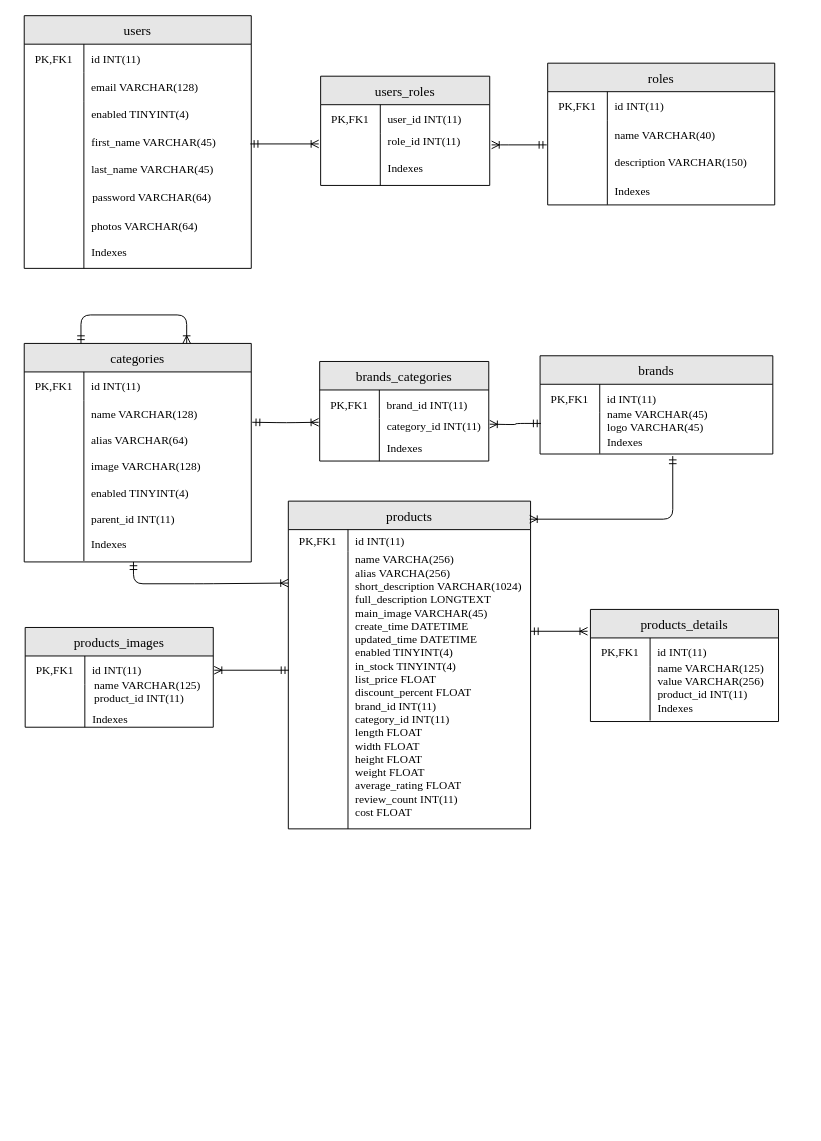
This is page "Admin-ER-01" (2 of 2) of 03-Solution Design/02-Use Case, Classes, Database/ER Diagram.drawio from Chufeng-Jiang/Java_SpringBoot_DubaiShop_E-Commerce, a draw.io file, before an edit. Source tidied: cells renumbered, new cells numbered last; positions are measured from the earlier drawing's top-left corner, leaving out a move shared by most shapes. Both pictures are drawn from the tidied source at 95%, with x=0, y=0 at pixel (24, 15).
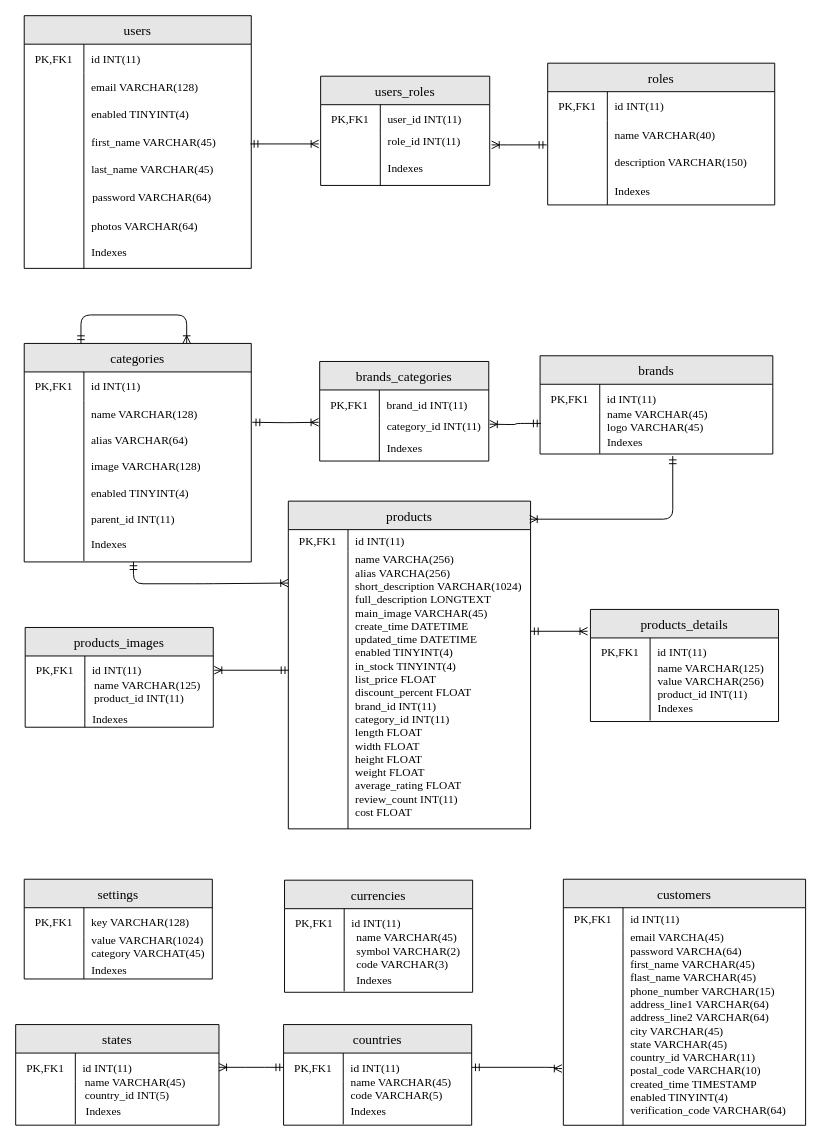
After the change.

What changed in the source:
```diff
@@
+    <mxCell id="113" style="group;" parent="1" vertex="1">
+      <mxGeometry y="909" width="198" height="115" as="geometry" />
+    </mxCell>
+    <mxCell id="114" value="settings" style="shape=table;startSize=30;childLayout=tableLayout;rowLines=0;fontStyle=0;align=center;labelBackgroundColor=none;fontFamily=Times New Roman;fontSize=14;fillColor=#E6E6E6;" parent="113" vertex="1">
+      <mxGeometry width="198" height="105" as="geometry" />
+    </mxCell>
+    <mxCell id="115" style="shape=tableRow;horizontal=0;startSize=0;swimlaneHead=0;swimlaneBody=0;fillColor=none;top=0;left=0;right=0;bottom=0;labelBackgroundColor=none;fontFamily=Times New Roman;" parent="114" vertex="1">
+      <mxGeometry y="30" width="198" height="30" as="geometry" />
+    </mxCell>
+    <mxCell id="116" value="PK,FK1" style="shape=partialRectangle;fillColor=none;top=0;left=0;bottom=0;right=0;fontStyle=0;overflow=hidden;labelBackgroundColor=none;fontFamily=Times New Roman;" parent="115" vertex="1">
+      <mxGeometry width="62.8" height="30" as="geometry" />
+    </mxCell>
+    <mxCell id="117" value="key VARCHAR(128) " style="shape=partialRectangle;fillColor=none;top=0;left=0;bottom=0;right=0;align=left;spacingLeft=6;fontStyle=0;overflow=hidden;labelBackgroundColor=none;fontFamily=Times New Roman;" parent="115" vertex="1">
+      <mxGeometry x="62.8" width="135.2" height="30" as="geometry" />
+    </mxCell>
+    <mxCell id="118" style="shape=tableRow;horizontal=0;startSize=0;swimlaneHead=0;swimlaneBody=0;fillColor=none;top=0;left=0;right=0;bottom=0;labelBackgroundColor=none;fontFamily=Times New Roman;" parent="114" vertex="1">
+      <mxGeometry y="60" width="198" height="45" as="geometry" />
+    </mxCell>
+    <mxCell id="119" style="shape=partialRectangle;fillColor=none;top=0;left=0;bottom=0;right=0;overflow=hidden;labelBackgroundColor=none;fontFamily=Times New Roman;" parent="118" vertex="1">
+      <mxGeometry width="62.8" height="45" as="geometry" />
+    </mxCell>
+    <mxCell id="120" style="shape=partialRectangle;fillColor=none;top=0;left=0;bottom=0;right=0;align=left;spacingLeft=6;overflow=hidden;labelBackgroundColor=none;fontFamily=Times New Roman;" parent="118" vertex="1">
+      <mxGeometry x="62.8" width="135.2" height="45" as="geometry" />
+    </mxCell>
+    <mxCell id="121" value="value VARCHAR(1024)&#10;category VARCHAT(45)&#10;" style="shape=partialRectangle;fillColor=none;top=0;left=0;bottom=0;right=0;align=left;spacingLeft=6;fontStyle=0;overflow=hidden;labelBackgroundColor=none;fontFamily=Times New Roman;" parent="113" vertex="1">
+      <mxGeometry x="63" y="55.4" width="127" height="31" as="geometry" />
+    </mxCell>
+    <mxCell id="122" value="Indexes" style="shape=partialRectangle;fillColor=none;top=0;left=0;bottom=0;right=0;align=left;spacingLeft=6;fontStyle=0;overflow=hidden;labelBackgroundColor=none;fontFamily=Times New Roman;" parent="113" vertex="1">
+      <mxGeometry x="63" y="81" width="112" height="28" as="geometry" />
+    </mxCell>
+    <mxCell id="123" style="group;" parent="1" vertex="1">
+      <mxGeometry x="279" y="910" width="198" height="133" as="geometry" />
+    </mxCell>
+    <mxCell id="124" value="currencies" style="shape=table;startSize=30;childLayout=tableLayout;rowLines=0;fontStyle=0;align=center;labelBackgroundColor=none;fontFamily=Times New Roman;fontSize=14;fillColor=#E6E6E6;" parent="123" vertex="1">
+      <mxGeometry x="-5" width="198" height="118" as="geometry" />
+    </mxCell>
+    <mxCell id="125" style="shape=tableRow;horizontal=0;startSize=0;swimlaneHead=0;swimlaneBody=0;fillColor=none;top=0;left=0;right=0;bottom=0;labelBackgroundColor=none;fontFamily=Times New Roman;" parent="124" vertex="1">
+      <mxGeometry y="30" width="198" height="30" as="geometry" />
+    </mxCell>
+    <mxCell id="126" value="PK,FK1" style="shape=partialRectangle;fillColor=none;top=0;left=0;bottom=0;right=0;fontStyle=0;overflow=hidden;labelBackgroundColor=none;fontFamily=Times New Roman;" parent="125" vertex="1">
+      <mxGeometry width="62.8" height="30" as="geometry" />
+    </mxCell>
+    <mxCell id="127" value="id INT(11) " style="shape=partialRectangle;fillColor=none;top=0;left=0;bottom=0;right=0;align=left;spacingLeft=6;fontStyle=0;overflow=hidden;labelBackgroundColor=none;fontFamily=Times New Roman;" parent="125" vertex="1">
+      <mxGeometry x="62.8" width="135.2" height="30" as="geometry" />
+    </mxCell>
+    <mxCell id="128" style="shape=tableRow;horizontal=0;startSize=0;swimlaneHead=0;swimlaneBody=0;fillColor=none;top=0;left=0;right=0;bottom=0;labelBackgroundColor=none;fontFamily=Times New Roman;" parent="124" vertex="1">
+      <mxGeometry y="60" width="198" height="57" as="geometry" />
+    </mxCell>
+    <mxCell id="129" style="shape=partialRectangle;fillColor=none;top=0;left=0;bottom=0;right=0;overflow=hidden;labelBackgroundColor=none;fontFamily=Times New Roman;" parent="128" vertex="1">
+      <mxGeometry width="62.8" height="57" as="geometry" />
+    </mxCell>
+    <mxCell id="130" style="shape=partialRectangle;fillColor=none;top=0;left=0;bottom=0;right=0;align=left;spacingLeft=6;overflow=hidden;labelBackgroundColor=none;fontFamily=Times New Roman;" parent="128" vertex="1">
+      <mxGeometry x="62.8" width="135.2" height="57" as="geometry" />
+    </mxCell>
+    <mxCell id="131" value="name VARCHAR(45)&#10;symbol VARCHAR(2)&#10;code VARCHAR(3)&#10;" style="shape=partialRectangle;fillColor=none;top=0;left=0;bottom=0;right=0;align=left;spacingLeft=6;fontStyle=0;overflow=hidden;labelBackgroundColor=none;fontFamily=Times New Roman;" parent="123" vertex="1">
+      <mxGeometry x="63" y="52" width="131" height="47.6" as="geometry" />
+    </mxCell>
+    <mxCell id="132" value="Indexes" style="shape=partialRectangle;fillColor=none;top=0;left=0;bottom=0;right=0;align=left;spacingLeft=6;fontStyle=0;overflow=hidden;labelBackgroundColor=none;fontFamily=Times New Roman;" parent="123" vertex="1">
+      <mxGeometry x="63" y="93" width="112" height="24.6" as="geometry" />
+    </mxCell>
+    <mxCell id="133" style="group;" parent="1" vertex="1">
+      <mxGeometry x="273" y="1062" width="198" height="133" as="geometry" />
+    </mxCell>
+    <mxCell id="134" value="countries" style="shape=table;startSize=30;childLayout=tableLayout;rowLines=0;fontStyle=0;align=center;labelBackgroundColor=none;fontFamily=Times New Roman;fontSize=14;fillColor=#E6E6E6;" parent="133" vertex="1">
+      <mxGeometry width="198" height="105.9" as="geometry" />
+    </mxCell>
+    <mxCell id="135" style="shape=tableRow;horizontal=0;startSize=0;swimlaneHead=0;swimlaneBody=0;fillColor=none;points=[[0,0.5],[1,0.5]];portConstraint=eastwest;top=0;left=0;right=0;bottom=0;labelBackgroundColor=none;fontFamily=Times New Roman;" parent="134" vertex="1">
+      <mxGeometry y="30" width="198" height="30" as="geometry" />
+    </mxCell>
+    <mxCell id="136" value="PK,FK1" style="shape=partialRectangle;fillColor=none;top=0;left=0;bottom=0;right=0;fontStyle=0;overflow=hidden;labelBackgroundColor=none;fontFamily=Times New Roman;" parent="135" vertex="1">
+      <mxGeometry width="62.8" height="30" as="geometry" />
+    </mxCell>
+    <mxCell id="137" value="id INT(11) " style="shape=partialRectangle;fillColor=none;top=0;left=0;bottom=0;right=0;align=left;spacingLeft=6;fontStyle=0;overflow=hidden;labelBackgroundColor=none;fontFamily=Times New Roman;" parent="135" vertex="1">
+      <mxGeometry x="62.8" width="135.2" height="30" as="geometry" />
+    </mxCell>
+    <mxCell id="138" style="shape=tableRow;horizontal=0;startSize=0;swimlaneHead=0;swimlaneBody=0;fillColor=none;top=0;left=0;right=0;bottom=0;labelBackgroundColor=none;fontFamily=Times New Roman;" parent="134" vertex="1">
+      <mxGeometry y="60" width="198" height="45" as="geometry" />
+    </mxCell>
+    <mxCell id="139" style="shape=partialRectangle;fillColor=none;top=0;left=0;bottom=0;right=0;overflow=hidden;labelBackgroundColor=none;fontFamily=Times New Roman;" parent="138" vertex="1">
+      <mxGeometry width="62.8" height="45" as="geometry" />
+    </mxCell>
+    <mxCell id="140" style="shape=partialRectangle;fillColor=none;top=0;left=0;bottom=0;right=0;align=left;spacingLeft=6;overflow=hidden;labelBackgroundColor=none;fontFamily=Times New Roman;" parent="138" vertex="1">
+      <mxGeometry x="62.8" width="135.2" height="45" as="geometry" />
+    </mxCell>
+    <mxCell id="141" value="name VARCHAR(45)&#10;code VARCHAR(5)&#10;" style="shape=partialRectangle;fillColor=none;top=0;left=0;bottom=0;right=0;align=left;spacingLeft=6;fontStyle=0;overflow=hidden;labelBackgroundColor=none;fontFamily=Times New Roman;" parent="133" vertex="1">
+      <mxGeometry x="63" y="52" width="131" height="34" as="geometry" />
+    </mxCell>
+    <mxCell id="142" value="Indexes" style="shape=partialRectangle;fillColor=none;top=0;left=0;bottom=0;right=0;align=left;spacingLeft=6;fontStyle=0;overflow=hidden;labelBackgroundColor=none;fontFamily=Times New Roman;" parent="133" vertex="1">
+      <mxGeometry x="63" y="78" width="112" height="24.6" as="geometry" />
+    </mxCell>
+    <mxCell id="143" style="group;" parent="1" vertex="1">
+      <mxGeometry x="-9" y="1062" width="214" height="133" as="geometry" />
+    </mxCell>
+    <mxCell id="144" value="states" style="shape=table;startSize=30;childLayout=tableLayout;rowLines=0;fontStyle=0;align=center;labelBackgroundColor=none;fontFamily=Times New Roman;fontSize=14;fillColor=#E6E6E6;" parent="143" vertex="1">
+      <mxGeometry width="214" height="105.9" as="geometry" />
+    </mxCell>
+    <mxCell id="145" style="shape=tableRow;horizontal=0;startSize=0;swimlaneHead=0;swimlaneBody=0;fillColor=none;points=[[0,0.5],[1,0.5]];portConstraint=eastwest;top=0;left=0;right=0;bottom=0;labelBackgroundColor=none;fontFamily=Times New Roman;" parent="144" vertex="1">
+      <mxGeometry y="30" width="214" height="30" as="geometry" />
+    </mxCell>
+    <mxCell id="146" value="PK,FK1" style="shape=partialRectangle;fillColor=none;top=0;left=0;bottom=0;right=0;fontStyle=0;overflow=hidden;labelBackgroundColor=none;fontFamily=Times New Roman;" parent="145" vertex="1">
+      <mxGeometry width="62.8" height="30" as="geometry" />
+    </mxCell>
+    <mxCell id="147" value="id INT(11) " style="shape=partialRectangle;fillColor=none;top=0;left=0;bottom=0;right=0;align=left;spacingLeft=6;fontStyle=0;overflow=hidden;labelBackgroundColor=none;fontFamily=Times New Roman;" parent="145" vertex="1">
+      <mxGeometry x="62.8" width="151.3" height="30" as="geometry" />
+    </mxCell>
+    <mxCell id="148" style="shape=tableRow;horizontal=0;startSize=0;swimlaneHead=0;swimlaneBody=0;fillColor=none;top=0;left=0;right=0;bottom=0;labelBackgroundColor=none;fontFamily=Times New Roman;" parent="144" vertex="1">
+      <mxGeometry y="60" width="214" height="45" as="geometry" />
+    </mxCell>
+    <mxCell id="149" style="shape=partialRectangle;fillColor=none;top=0;left=0;bottom=0;right=0;overflow=hidden;labelBackgroundColor=none;fontFamily=Times New Roman;" parent="148" vertex="1">
+      <mxGeometry width="62.8" height="45" as="geometry" />
+    </mxCell>
+    <mxCell id="150" style="shape=partialRectangle;fillColor=none;top=0;left=0;bottom=0;right=0;align=left;spacingLeft=6;overflow=hidden;labelBackgroundColor=none;fontFamily=Times New Roman;" parent="148" vertex="1">
+      <mxGeometry x="62.8" width="151.3" height="45" as="geometry" />
+    </mxCell>
+    <mxCell id="151" value="name VARCHAR(45)&#10;country_id INT(5)&#10;" style="shape=partialRectangle;fillColor=none;top=0;left=0;bottom=0;right=0;align=left;spacingLeft=6;fontStyle=0;overflow=hidden;labelBackgroundColor=none;fontFamily=Times New Roman;" parent="143" vertex="1">
+      <mxGeometry x="65.1" y="52" width="141.6" height="34" as="geometry" />
+    </mxCell>
+    <mxCell id="152" value="Indexes" style="shape=partialRectangle;fillColor=none;top=0;left=0;bottom=0;right=0;align=left;spacingLeft=6;fontStyle=0;overflow=hidden;labelBackgroundColor=none;fontFamily=Times New Roman;" parent="143" vertex="1">
+      <mxGeometry x="66.1" y="78" width="121.1" height="24.6" as="geometry" />
+    </mxCell>
+    <mxCell id="153" style="edgeStyle=orthogonalEdgeStyle;html=1;endArrow=ERoneToMany;startArrow=ERmandOne;labelBackgroundColor=none;fontFamily=Verdana;fontSize=14;exitX=0;exitY=0.5;exitDx=0;exitDy=0;entryX=1;entryY=0.5;entryDx=0;entryDy=0;" parent="1" edge="1" source="135" target="145">
+      <mxGeometry relative="1" as="geometry">
+        <Array as="points">
+          <mxPoint x="243" y="1107" />
+          <mxPoint x="243" y="1107" />
+        </Array>
+      </mxGeometry>
+    </mxCell>
+    <mxCell id="154" value="customers" style="shape=table;startSize=30;childLayout=tableLayout;rowLines=0;fontStyle=0;align=center;labelBackgroundColor=none;fontFamily=Times New Roman;fontSize=14;fillColor=#E6E6E6;" parent="1" vertex="1">
+      <mxGeometry x="567.5" y="909" width="255" height="259" as="geometry" />
+    </mxCell>
+    <mxCell id="155" style="shape=tableRow;horizontal=0;startSize=0;swimlaneHead=0;swimlaneBody=0;fillColor=none;top=0;left=0;right=0;bottom=0;labelBackgroundColor=none;fontFamily=Times New Roman;" parent="154" vertex="1">
+      <mxGeometry y="30" width="255" height="23" as="geometry" />
+    </mxCell>
+    <mxCell id="156" value="PK,FK1" style="shape=partialRectangle;fillColor=none;top=0;left=0;bottom=0;right=0;fontStyle=0;overflow=hidden;labelBackgroundColor=none;fontFamily=Times New Roman;" parent="155" vertex="1">
+      <mxGeometry width="62.8" height="23" as="geometry" />
+    </mxCell>
+    <mxCell id="157" value="id INT(11) " style="shape=partialRectangle;fillColor=none;top=0;left=0;bottom=0;right=0;align=left;spacingLeft=6;fontStyle=0;overflow=hidden;labelBackgroundColor=none;fontFamily=Times New Roman;" parent="155" vertex="1">
+      <mxGeometry x="62.8" width="192.2" height="23" as="geometry" />
+    </mxCell>
+    <mxCell id="158" style="shape=tableRow;horizontal=0;startSize=0;swimlaneHead=0;swimlaneBody=0;fillColor=none;points=[[0,0.5],[1,0.5]];portConstraint=eastwest;top=0;left=0;right=0;bottom=0;labelBackgroundColor=none;fontFamily=Times New Roman;" parent="154" vertex="1">
+      <mxGeometry y="53" width="255" height="206" as="geometry" />
+    </mxCell>
+    <mxCell id="159" style="shape=partialRectangle;fillColor=none;top=0;left=0;bottom=0;right=0;overflow=hidden;labelBackgroundColor=none;fontFamily=Times New Roman;" parent="158" vertex="1">
+      <mxGeometry width="62.8" height="206" as="geometry" />
+    </mxCell>
+    <mxCell id="160" value="email VARCHA(45)&#10;password VARCHA(64)&#10;first_name VARCHAR(45)&#10;flast_name VARCHAR(45)&#10;phone_number VARCHAR(15)&#10;address_line1 VARCHAR(64)&#10;address_line2 VARCHAR(64)&#10;city VARCHAR(45)&#10;state VARCHAR(45)&#10;country_id VARCHAR(11)&#10;postal_code VARCHAR(10)&#10;created_time TIMESTAMP&#10;enabled TINYINT(4)&#10;verification_code VARCHAR(64)&#10;&#10;&#10;" style="shape=partialRectangle;fillColor=none;top=0;left=0;bottom=0;right=0;align=left;spacingLeft=6;overflow=hidden;labelBackgroundColor=none;fontFamily=Times New Roman;" parent="158" vertex="1">
+      <mxGeometry x="62.8" width="192.2" height="206" as="geometry" />
+    </mxCell>
+    <mxCell id="161" style="edgeStyle=orthogonalEdgeStyle;html=1;endArrow=ERoneToMany;startArrow=ERmandOne;labelBackgroundColor=none;fontFamily=Verdana;fontSize=14;exitX=1;exitY=0.5;exitDx=0;exitDy=0;entryX=-0.006;entryY=0.71;entryDx=0;entryDy=0;entryPerimeter=0;" parent="1" edge="1" source="135" target="158">
+      <mxGeometry relative="1" as="geometry">
+        <Array as="points">
+          <mxPoint x="559" y="1107" />
+          <mxPoint x="566" y="1108" />
+        </Array>
+      </mxGeometry>
+    </mxCell>
```
